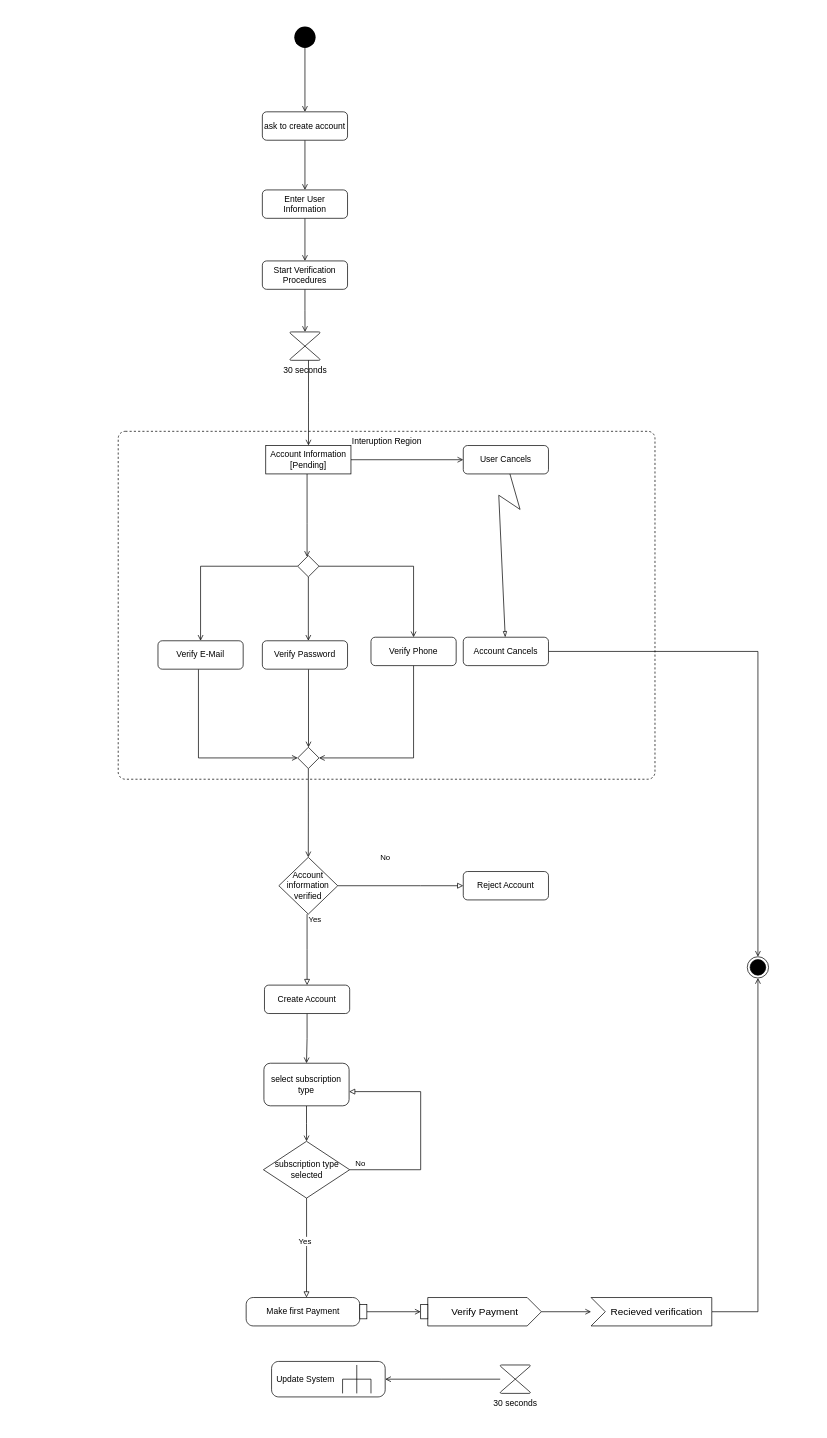
nishacado/E-Healthcare keeps this draw.io diagram as Ramu/UpdatedDiagrams/activity diagram e-consultation.drawio. Above is the earlier version. Source tidied: cells renumbered, new cells numbered last; positions are measured from the earlier drawing's top-left corner, leaving out a move shared by most shapes. Both pictures are drawn from the tidied source at 71%, with x=0, y=0 at pixel (118, 26).
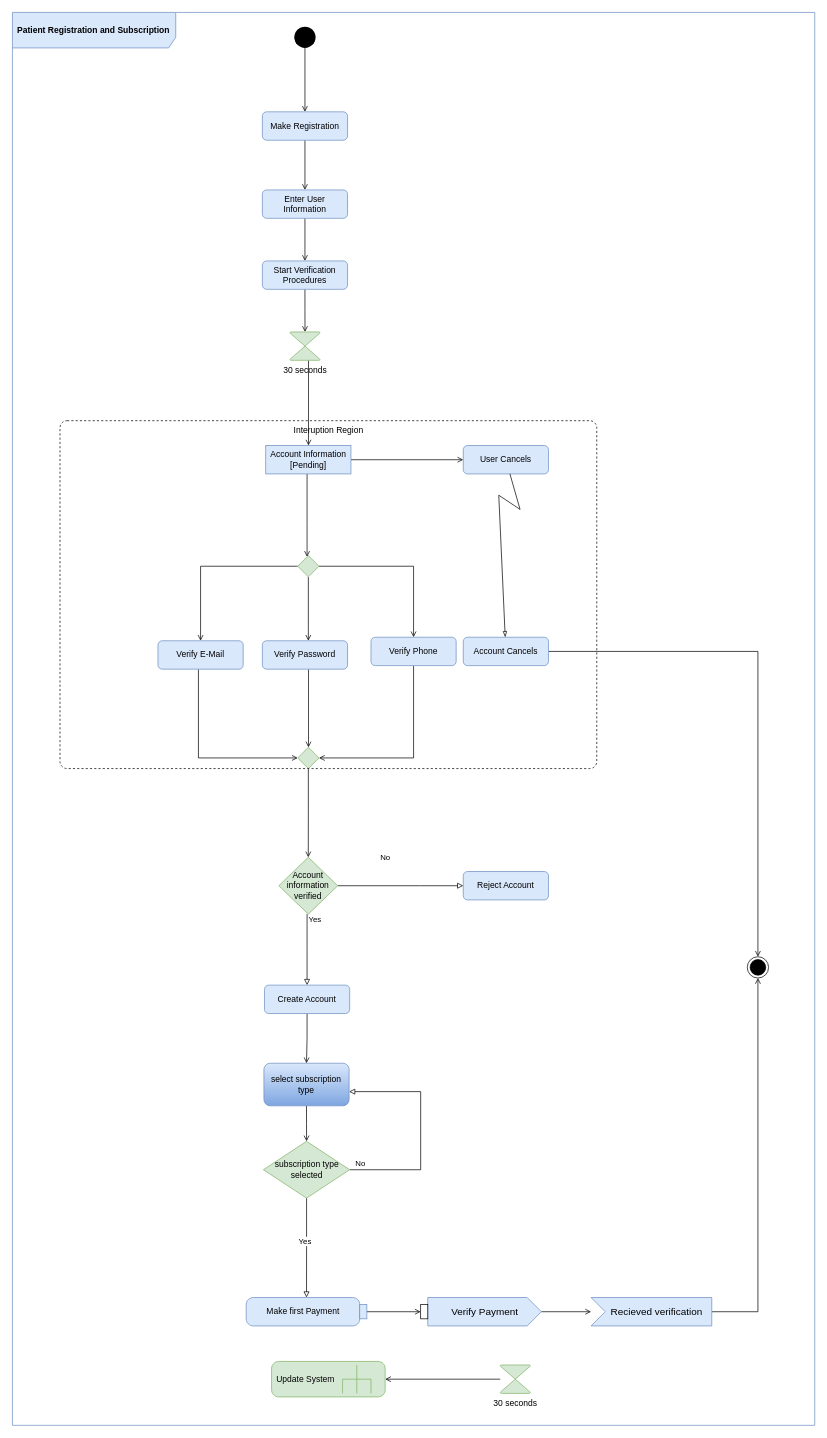
The same page after the edit.

Diff of the diagram source:
```diff
@@
-    <mxCell id="3" value="ask to create account" style="rounded=1;whiteSpace=wrap;html=1;fontSize=12;glass=0;strokeWidth=1;shadow=0;" parent="1" vertex="1">
+    <mxCell id="3" value="Make Registration" style="rounded=1;whiteSpace=wrap;html=1;fontSize=12;glass=0;strokeWidth=1;shadow=0;fillColor=#dae8fc;strokeColor=#6c8ebf;" parent="1" vertex="1">
       <mxGeometry x="203" y="120" width="120" height="40" as="geometry" />
     </mxCell>
@@
-    <mxCell id="6" value="Enter User Information" style="rounded=1;whiteSpace=wrap;html=1;fontSize=12;glass=0;strokeWidth=1;shadow=0;" parent="1" vertex="1">
+    <mxCell id="6" value="Enter User Information" style="rounded=1;whiteSpace=wrap;html=1;fontSize=12;glass=0;strokeWidth=1;shadow=0;fillColor=#dae8fc;strokeColor=#6c8ebf;" parent="1" vertex="1">
       <mxGeometry x="203" y="230" width="120" height="40" as="geometry" />
     </mxCell>
@@
-    <mxCell id="10" value="Start Verification Procedures" style="rounded=1;whiteSpace=wrap;html=1;fontSize=12;glass=0;strokeWidth=1;shadow=0;" parent="1" vertex="1">
+    <mxCell id="10" value="Start Verification Procedures" style="rounded=1;whiteSpace=wrap;html=1;fontSize=12;glass=0;strokeWidth=1;shadow=0;fillColor=#dae8fc;strokeColor=#6c8ebf;" parent="1" vertex="1">
       <mxGeometry x="203" y="330" width="120" height="40" as="geometry" />
     </mxCell>
@@
-    <mxCell id="15" value="Reject Account" style="rounded=1;whiteSpace=wrap;html=1;fontSize=12;glass=0;strokeWidth=1;shadow=0;" parent="1" vertex="1">
+    <mxCell id="15" value="Reject Account" style="rounded=1;whiteSpace=wrap;html=1;fontSize=12;glass=0;strokeWidth=1;shadow=0;fillColor=#dae8fc;strokeColor=#6c8ebf;" parent="1" vertex="1">
       <mxGeometry x="486" y="1190" width="120" height="40" as="geometry" />
     </mxCell>
@@
-    <mxCell id="19" style="rhombus;whiteSpace=wrap;html=1;shadow=0;fontFamily=Helvetica;fontSize=12;align=center;strokeWidth=1;spacing=6;spacingTop=-4;" parent="1" vertex="1">
+    <mxCell id="19" style="rhombus;whiteSpace=wrap;html=1;shadow=0;fontFamily=Helvetica;fontSize=12;align=center;strokeWidth=1;spacing=6;spacingTop=-4;fillColor=#d5e8d4;strokeColor=#82b366;" parent="1" vertex="1">
       <mxGeometry x="252.8" y="745" width="30" height="30" as="geometry" />
     </mxCell>
@@
-    <mxCell id="21" value="Verify E-Mail" style="rounded=1;whiteSpace=wrap;html=1;fontSize=12;glass=0;strokeWidth=1;shadow=0;" parent="1" vertex="1">
+    <mxCell id="21" value="Verify E-Mail" style="rounded=1;whiteSpace=wrap;html=1;fontSize=12;glass=0;strokeWidth=1;shadow=0;fillColor=#dae8fc;strokeColor=#6c8ebf;" parent="1" vertex="1">
       <mxGeometry x="56" y="865" width="120" height="40" as="geometry" />
     </mxCell>
@@
-    <mxCell id="23" value="Verify Phone" style="rounded=1;whiteSpace=wrap;html=1;fontSize=12;glass=0;strokeWidth=1;shadow=0;" parent="1" vertex="1">
+    <mxCell id="23" value="Verify Phone" style="rounded=1;whiteSpace=wrap;html=1;fontSize=12;glass=0;strokeWidth=1;shadow=0;fillColor=#dae8fc;strokeColor=#6c8ebf;" parent="1" vertex="1">
       <mxGeometry x="356" y="860" width="120" height="40" as="geometry" />
     </mxCell>
@@
-    <mxCell id="25" value="Verify Password" style="rounded=1;whiteSpace=wrap;html=1;fontSize=12;glass=0;strokeWidth=1;shadow=0;" parent="1" vertex="1">
+    <mxCell id="25" value="Verify Password" style="rounded=1;whiteSpace=wrap;html=1;fontSize=12;glass=0;strokeWidth=1;shadow=0;fillColor=#dae8fc;strokeColor=#6c8ebf;" parent="1" vertex="1">
       <mxGeometry x="203" y="865" width="120" height="40" as="geometry" />
     </mxCell>
@@
-    <mxCell id="28" value="30 seconds" style="verticalLabelPosition=bottom;verticalAlign=top;html=1;shape=mxgraph.flowchart.collate;labelBackgroundColor=none;fillColor=none;" parent="1" vertex="1">
+    <mxCell id="28" value="30 seconds" style="verticalLabelPosition=bottom;verticalAlign=top;html=1;shape=mxgraph.flowchart.collate;labelBackgroundColor=none;fillColor=#d5e8d4;strokeColor=#82b366;" parent="1" vertex="1">
       <mxGeometry x="538" y="1885" width="42.5" height="40" as="geometry" />
     </mxCell>
@@
-    <mxCell id="30" value="Account Information&lt;br&gt;[Pending]" style="rounded=0;whiteSpace=wrap;html=1;labelBackgroundColor=none;fillColor=default;" parent="1" vertex="1">
+    <mxCell id="30" value="Account Information&lt;br&gt;[Pending]" style="rounded=0;whiteSpace=wrap;html=1;labelBackgroundColor=none;fillColor=#dae8fc;strokeColor=#6c8ebf;" parent="1" vertex="1">
       <mxGeometry x="207.8" y="590" width="120" height="40" as="geometry" />
     </mxCell>
@@
-    <mxCell id="32" style="rhombus;labelBackgroundColor=none;fillColor=default;" parent="1" vertex="1">
+    <mxCell id="32" style="rhombus;labelBackgroundColor=none;fillColor=#d5e8d4;strokeColor=#82b366;" parent="1" vertex="1">
       <mxGeometry x="252.8" y="1015" width="30" height="30" as="geometry" />
     </mxCell>
-    <mxCell id="33" value="30 seconds" style="verticalLabelPosition=bottom;verticalAlign=top;html=1;shape=mxgraph.flowchart.collate;labelBackgroundColor=none;fillColor=none;" parent="1" vertex="1">
+    <mxCell id="33" value="30 seconds" style="verticalLabelPosition=bottom;verticalAlign=top;html=1;shape=mxgraph.flowchart.collate;labelBackgroundColor=none;fillColor=#d5e8d4;strokeColor=#82b366;" parent="1" vertex="1">
       <mxGeometry x="241.8" y="430" width="42.5" height="40" as="geometry" />
     </mxCell>
-    <mxCell id="34" value="User Cancels" style="rounded=1;whiteSpace=wrap;html=1;fontSize=12;glass=0;strokeWidth=1;shadow=0;" parent="1" vertex="1">
+    <mxCell id="34" value="User Cancels" style="rounded=1;whiteSpace=wrap;html=1;fontSize=12;glass=0;strokeWidth=1;shadow=0;fillColor=#dae8fc;strokeColor=#6c8ebf;" parent="1" vertex="1">
       <mxGeometry x="486" y="590" width="120" height="40" as="geometry" />
     </mxCell>
-    <mxCell id="35" value="Update System" style="shape=mxgraph.uml25.behaviorAction;html=1;rounded=1;absoluteArcSize=1;arcSize=10;align=left;spacingLeft=5;labelBackgroundColor=none;fillColor=default;" parent="1" vertex="1">
+    <mxCell id="35" value="Update System" style="shape=mxgraph.uml25.behaviorAction;html=1;rounded=1;absoluteArcSize=1;arcSize=10;align=left;spacingLeft=5;labelBackgroundColor=none;fillColor=#d5e8d4;strokeColor=#82b366;" parent="1" vertex="1">
       <mxGeometry x="216" y="1880" width="160" height="50" as="geometry" />
     </mxCell>
@@
-    <mxCell id="38" value="Account Cancels" style="rounded=1;whiteSpace=wrap;html=1;fontSize=12;glass=0;strokeWidth=1;shadow=0;" parent="1" vertex="1">
+    <mxCell id="38" value="Account Cancels" style="rounded=1;whiteSpace=wrap;html=1;fontSize=12;glass=0;strokeWidth=1;shadow=0;fillColor=#dae8fc;strokeColor=#6c8ebf;" parent="1" vertex="1">
       <mxGeometry x="486" y="860" width="120" height="40" as="geometry" />
     </mxCell>
@@
-    <mxCell id="40" value="Account information verified" style="strokeWidth=1;html=1;shape=mxgraph.flowchart.decision;whiteSpace=wrap;labelBackgroundColor=none;fillColor=default;" parent="1" vertex="1">
+    <mxCell id="40" value="Account information verified" style="strokeWidth=1;html=1;shape=mxgraph.flowchart.decision;whiteSpace=wrap;labelBackgroundColor=none;fillColor=#d5e8d4;strokeColor=#82b366;" parent="1" vertex="1">
       <mxGeometry x="226.2" y="1170" width="83" height="80" as="geometry" />
     </mxCell>
@@
-    <mxCell id="42" value="select subscription type" style="rounded=1;whiteSpace=wrap;html=1;labelBackgroundColor=none;strokeWidth=1;fillColor=default;" parent="1" vertex="1">
+    <mxCell id="42" value="select subscription type" style="rounded=1;whiteSpace=wrap;html=1;labelBackgroundColor=none;strokeWidth=1;fillColor=#dae8fc;strokeColor=#6c8ebf;gradientColor=#7ea6e0;" parent="1" vertex="1">
       <mxGeometry x="205.2" y="1460" width="120" height="60" as="geometry" />
     </mxCell>
@@
-    <mxCell id="47" value="subscription type selected" style="strokeWidth=1;html=1;shape=mxgraph.flowchart.decision;whiteSpace=wrap;labelBackgroundColor=none;fillColor=default;" parent="1" vertex="1">
+    <mxCell id="47" value="subscription type selected" style="strokeWidth=1;html=1;shape=mxgraph.flowchart.decision;whiteSpace=wrap;labelBackgroundColor=none;fillColor=#d5e8d4;strokeColor=#82b366;" parent="1" vertex="1">
       <mxGeometry x="204.5" y="1570" width="121.5" height="80" as="geometry" />
     </mxCell>
     <mxCell id="48" value="Interuption Region" style="html=1;align=center;verticalAlign=top;rounded=1;absoluteArcSize=1;arcSize=20;dashed=1;labelBackgroundColor=none;strokeWidth=1;fillColor=none;" parent="1" vertex="1">
-      <mxGeometry y="570" width="756" height="490" as="geometry" />
+      <mxGeometry x="-82" y="555" width="756" height="490" as="geometry" />
     </mxCell>
@@
-    <mxCell id="50" value="Make first Payment" style="shape=mxgraph.uml25.action;html=1;align=center;verticalAlign=middle;absoluteArcSize=1;arcSize=10;dashed=0;spacingRight=10;labelBackgroundColor=none;strokeWidth=1;fillColor=default;" parent="1" vertex="1">
+    <mxCell id="50" value="Make first Payment" style="shape=mxgraph.uml25.action;html=1;align=center;verticalAlign=middle;absoluteArcSize=1;arcSize=10;dashed=0;spacingRight=10;labelBackgroundColor=none;strokeWidth=1;fillColor=#dae8fc;strokeColor=#6c8ebf;" parent="1" vertex="1">
       <mxGeometry x="180.2" y="1790" width="170" height="40" as="geometry" />
     </mxCell>
@@
-    <mxCell id="52" value="Verify Payment" style="html=1;shape=mxgraph.infographic.ribbonSimple;notch1=0;notch2=20;align=center;verticalAlign=middle;fontSize=14;fontStyle=0;fillColor=#FFFFFF;labelBackgroundColor=none;strokeWidth=1;" parent="1" vertex="1">
+    <mxCell id="52" value="Verify Payment" style="html=1;shape=mxgraph.infographic.ribbonSimple;notch1=0;notch2=20;align=center;verticalAlign=middle;fontSize=14;fontStyle=0;fillColor=#dae8fc;labelBackgroundColor=none;strokeWidth=1;strokeColor=#6c8ebf;" parent="1" vertex="1">
       <mxGeometry x="436" y="1790" width="160" height="40" as="geometry" />
     </mxCell>
@@
-    <mxCell id="55" value="Recieved verification" style="html=1;shape=mxgraph.infographic.ribbonSimple;notch1=20;notch2=0;align=center;verticalAlign=middle;fontSize=14;fontStyle=0;fillColor=#FFFFFF;flipH=0;spacingRight=0;spacingLeft=14;labelBackgroundColor=none;strokeWidth=1;" parent="1" vertex="1">
+    <mxCell id="55" value="Recieved verification" style="html=1;shape=mxgraph.infographic.ribbonSimple;notch1=20;notch2=0;align=center;verticalAlign=middle;fontSize=14;fontStyle=0;fillColor=#dae8fc;flipH=0;spacingRight=0;spacingLeft=14;labelBackgroundColor=none;strokeWidth=1;strokeColor=#6c8ebf;" parent="1" vertex="1">
       <mxGeometry x="666" y="1790" width="170" height="40" as="geometry" />
     </mxCell>
@@
-    <mxCell id="57" value="Create Account" style="rounded=1;whiteSpace=wrap;html=1;fontSize=12;glass=0;strokeWidth=1;shadow=0;" parent="1" vertex="1">
+    <mxCell id="57" value="Create Account" style="rounded=1;whiteSpace=wrap;html=1;fontSize=12;glass=0;strokeWidth=1;shadow=0;fillColor=#dae8fc;strokeColor=#6c8ebf;" parent="1" vertex="1">
       <mxGeometry x="206" y="1350" width="120" height="40" as="geometry" />
     </mxCell>
+    <mxCell id="58" value="&lt;b&gt;Patient Registration and Subscription&lt;/b&gt;" style="shape=umlFrame;whiteSpace=wrap;html=1;width=230;height=50;boundedLbl=1;verticalAlign=middle;align=left;spacingLeft=5;fillColor=#dae8fc;strokeColor=#6c8ebf;" parent="1" vertex="1">
+      <mxGeometry x="-149" y="-20" width="1130" height="1990" as="geometry" />
+    </mxCell>
```
